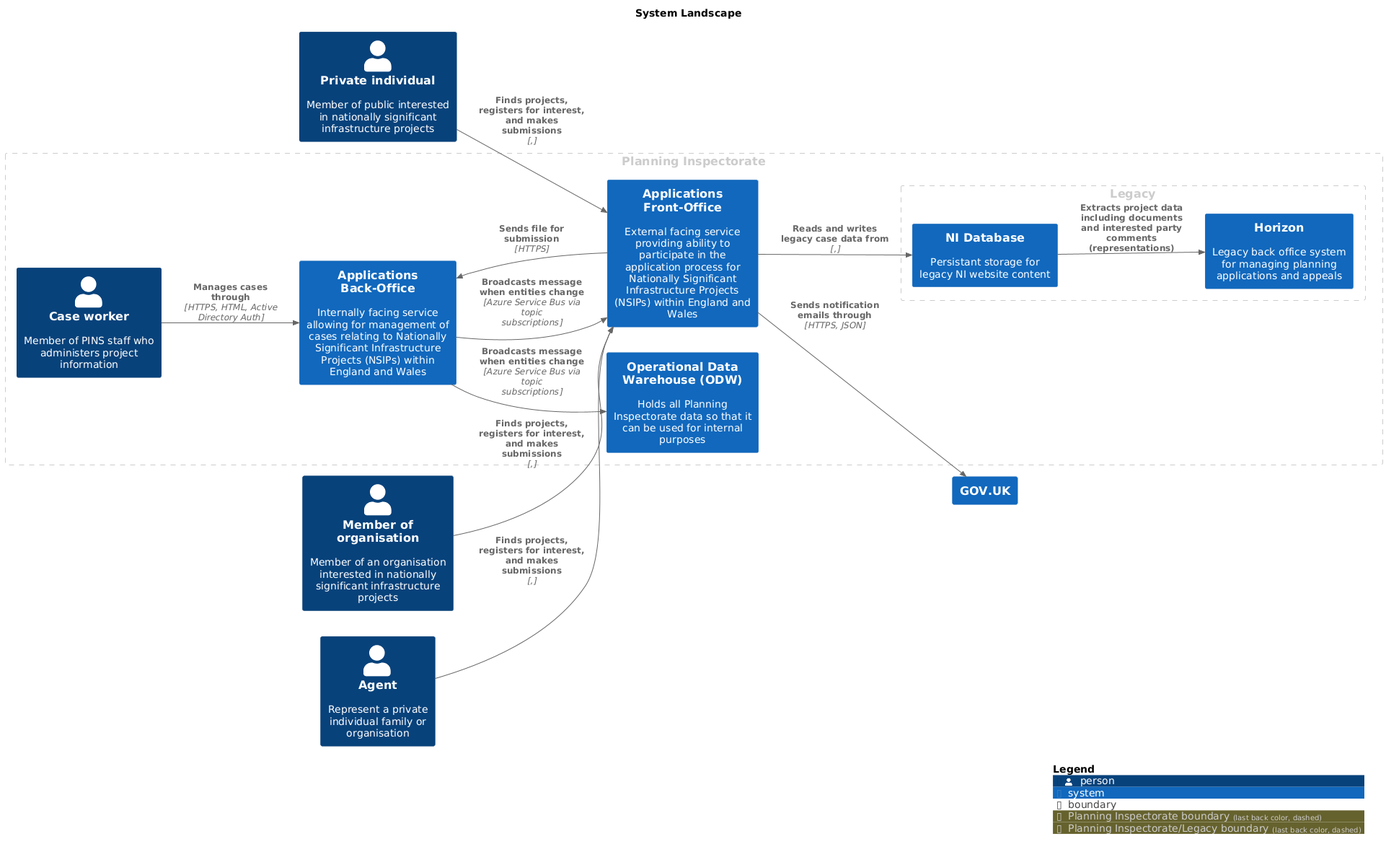
Before: master/png/SystemLandscape.png, a diagram exported from PlantUML (Planning-Inspectorate/applications-service). Source of this version:
```plantuml
@startuml
set separator none
title System Landscape

left to right direction

!include <C4/C4>
!include <C4/C4_Context>

AddBoundaryTag("Planning Inspectorate", $borderColor="#cccccc", $fontColor="#cccccc", $borderStyle="dashed")
Boundary(group_1, "Planning Inspectorate", $tags="Planning Inspectorate") {
  System(ApplicationsBackOffice, "Applications Back-Office", $descr="Internally facing service allowing for management of cases relating to Nationally Significant Infrastructure Projects (NSIPs) within England and Wales", $tags="", $link="")
  System(OperationalDataWarehouseODW, "Operational Data Warehouse (ODW)", $descr="Holds all Planning Inspectorate data so that it can be used for internal purposes", $tags="", $link="")
  Person(Caseworker, "Case worker", $descr="Member of PINS staff who administers project information", $tags="", $link="")
  System(ApplicationsFrontOffice, "Applications Front-Office", $descr="External facing service providing ability to participate in the application process for Nationally Significant Infrastructure Projects (NSIPs) within England and Wales", $tags="", $link="")
    AddBoundaryTag("Planning Inspectorate/Legacy", $borderColor="#cccccc", $fontColor="#cccccc", $borderStyle="dashed")
    Boundary(group_2, "Legacy", $tags="Planning Inspectorate/Legacy") {
      System(Horizon, "Horizon", $descr="Legacy back office system for managing planning applications and appeals", $tags="", $link="")
      System(NIDatabase, "NI Database", $descr="Persistant storage for legacy NI website content", $tags="", $link="")
    }

}

Person(Privateindividual, "Private individual", $descr="Member of public interested in nationally significant infrastructure projects", $tags="", $link="")
Person(Memberoforganisation, "Member of organisation", $descr="Member of an organisation interested in nationally significant infrastructure projects", $tags="", $link="")
Person(Agent, "Agent", $descr="Represent a private individual family or organisation", $tags="", $link="")
System(GOVUK, "GOV.UK", $descr="", $tags="", $link="")

Rel(ApplicationsFrontOffice, ApplicationsBackOffice, "Sends file for submission", $techn="HTTPS", $tags="", $link="")
Rel(NIDatabase, Horizon, "Extracts project data including documents and interested party comments (representations)", $techn="", $tags="", $link="")
Rel(Privateindividual, ApplicationsFrontOffice, "Finds projects, registers for interest, and makes submissions", $techn=",", $tags="", $link="")
Rel(Memberoforganisation, ApplicationsFrontOffice, "Finds projects, registers for interest, and makes submissions", $techn=",", $tags="", $link="")
Rel(Agent, ApplicationsFrontOffice, "Finds projects, registers for interest, and makes submissions", $techn=",", $tags="", $link="")
Rel(Caseworker, ApplicationsBackOffice, "Manages cases through", $techn="HTTPS, HTML, Active Directory Auth", $tags="", $link="")
Rel(ApplicationsBackOffice, OperationalDataWarehouseODW, "Broadcasts message when entities change", $techn="Azure Service Bus via topic subscriptions", $tags="", $link="")
Rel(ApplicationsBackOffice, ApplicationsFrontOffice, "Broadcasts message when entities change", $techn="Azure Service Bus via topic subscriptions", $tags="", $link="")
Rel(ApplicationsFrontOffice, GOVUK, "Sends notification emails through", $techn="HTTPS, JSON", $tags="", $link="")
Rel(ApplicationsFrontOffice, NIDatabase, "Reads and writes legacy case data from", $techn=",", $tags="", $link="")

SHOW_LEGEND(true)
@enduml
```
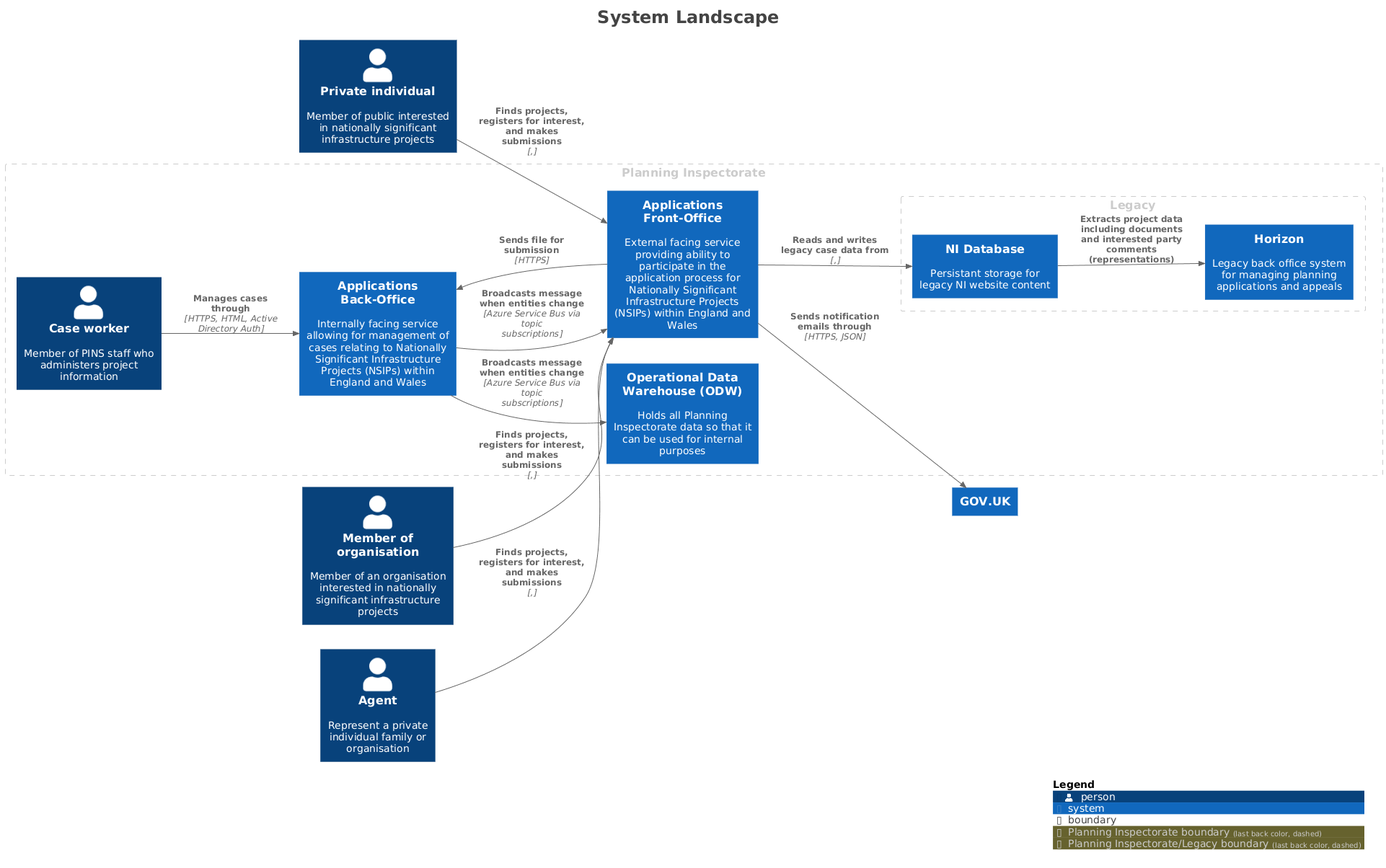
After the commit.

Diff of the diagram source:
```diff
@@ -1,8 +1,15 @@
 @startuml
+title <size:24>System Landscape</size>
+
 set separator none
-title System Landscape
+left to right direction
 
-left to right direction
+<style>
+  root {
+    BackgroundColor: #ffffff
+    FontColor: #444444
+  }
+</style>
 
 !include <C4/C4>
 !include <C4/C4_Context>
@@ -38,4 +45,5 @@
 Rel(ApplicationsFrontOffice, NIDatabase, "Reads and writes legacy case data from", $techn=",", $tags="", $link="")
 
 SHOW_LEGEND(true)
+hide stereotypes
 @enduml
```
